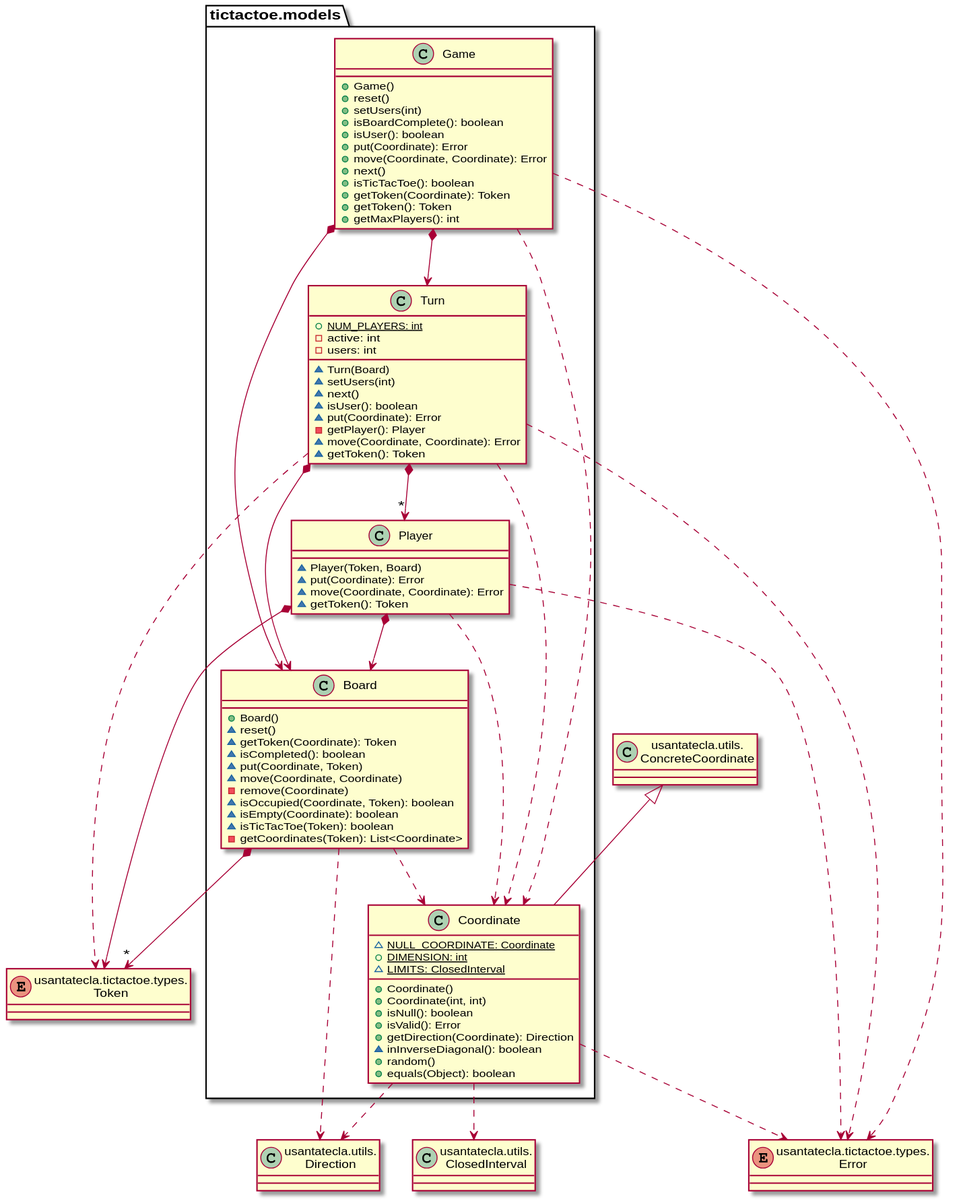
This is modelViewPresenter/presentationModel/withFacade/docs/diagrams/out/paquetes/paqueteTicTactoeModels.svg from Jolucaa/USantaTecla-project-ticTacToe, a PlantUML export, as it was before one commit.
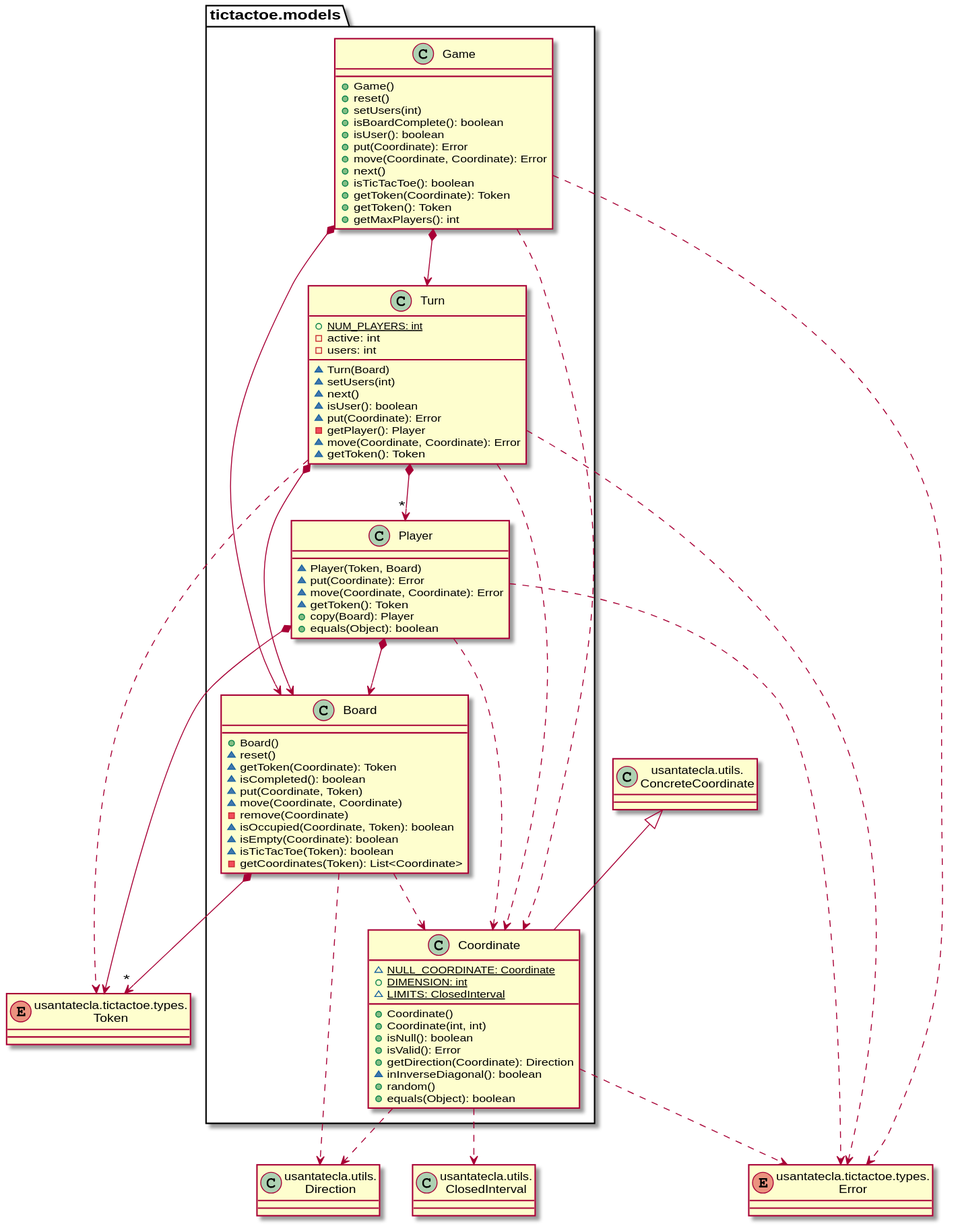
Later version of the same file.

Change to the diagram source:
```diff
@@ -85,6 +85,8 @@
   ~ put(Coordinate): Error
   ~ move(Coordinate, Coordinate): Error
   ~ getToken(): Token
+  + copy(Board): Player
+  + equals(Object): boolean
 }
 tictactoe.models.Player *-down-> Token
 tictactoe.models.Player *-down-> tictactoe.models.Board
```
